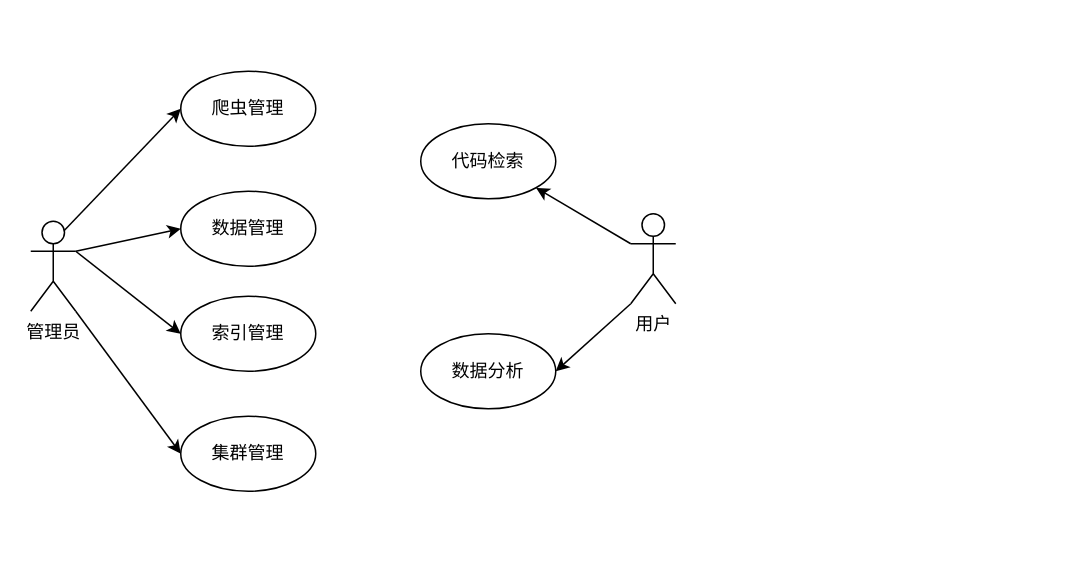
Above: setup/系统用例图.drawio in yifeichong/drawio (draw.io), before the change. Source tidied: cells renumbered, new cells numbered last; positions are measured from the earlier drawing's top-left corner, leaving out a move shared by most shapes. Both pictures are drawn from the tidied source at 150%, with x=0, y=0 at pixel (30, 70).
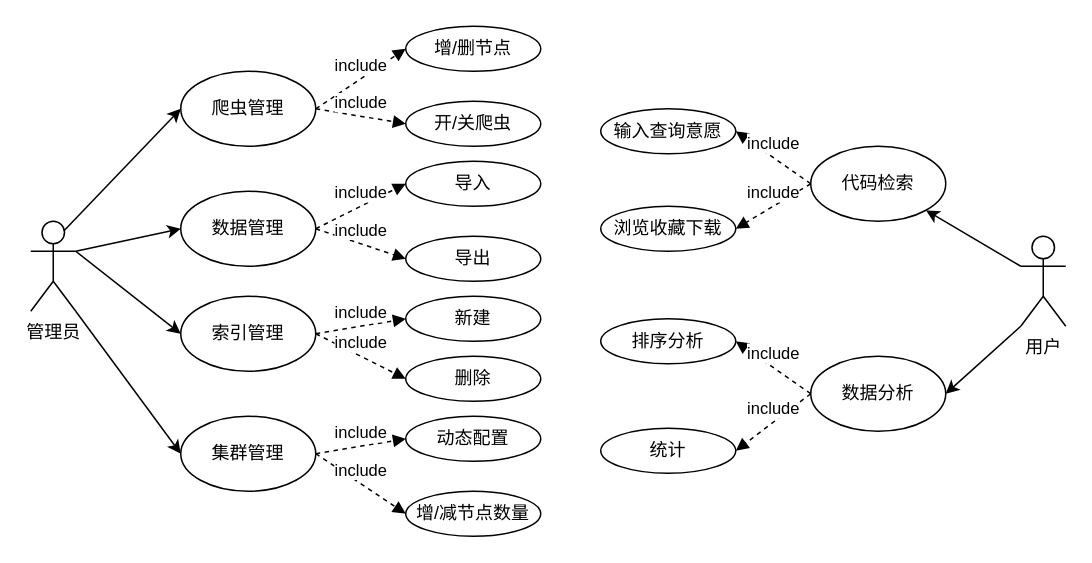
The same page after the edit.

Commit message:
更新系统用例图.drawio

Unchanged cells that the change refers to:
```xml
<mxCell id="7" value="爬虫管理" style="ellipse;whiteSpace=wrap;html=1;" parent="1" vertex="1">
  <mxGeometry x="100" width="90" height="50" as="geometry" />
</mxCell>
<mxCell id="8" value="数据管理" style="ellipse;whiteSpace=wrap;html=1;" parent="1" vertex="1">
  <mxGeometry x="100" y="80" width="90" height="50" as="geometry" />
</mxCell>
<mxCell id="9" value="集群管理" style="ellipse;whiteSpace=wrap;html=1;" parent="1" vertex="1">
  <mxGeometry x="100" y="230" width="90" height="50" as="geometry" />
</mxCell>
<mxCell id="10" value="索引管理" style="ellipse;whiteSpace=wrap;html=1;" parent="1" vertex="1">
  <mxGeometry x="100" y="150" width="90" height="50" as="geometry" />
</mxCell>
```

Change to the diagram source:
```diff
@@
     <mxCell id="13" value="用户" style="shape=umlActor;verticalLabelPosition=bottom;verticalAlign=top;html=1;" parent="1" vertex="1">
-      <mxGeometry x="400" y="95" width="30" height="60" as="geometry" />
+      <mxGeometry x="660" y="110" width="30" height="60" as="geometry" />
     </mxCell>
     <mxCell id="14" value="代码检索" style="ellipse;whiteSpace=wrap;html=1;" parent="1" vertex="1">
-      <mxGeometry x="260" y="35" width="90" height="50" as="geometry" />
+      <mxGeometry x="520" y="50" width="90" height="50" as="geometry" />
     </mxCell>
     <mxCell id="15" value="数据分析" style="ellipse;whiteSpace=wrap;html=1;" parent="1" vertex="1">
-      <mxGeometry x="260" y="175" width="90" height="50" as="geometry" />
+      <mxGeometry x="520" y="190" width="90" height="50" as="geometry" />
     </mxCell>
+    <mxCell id="16" value="增/删节点" style="ellipse;whiteSpace=wrap;html=1;" parent="1" vertex="1">
+      <mxGeometry x="250" y="-30" width="90" height="30" as="geometry" />
+    </mxCell>
+    <mxCell id="17" value="开/关爬虫" style="ellipse;whiteSpace=wrap;html=1;" parent="1" vertex="1">
+      <mxGeometry x="250" y="20" width="90" height="30" as="geometry" />
+    </mxCell>
+    <mxCell id="18" value="include" style="html=1;verticalAlign=bottom;endArrow=block;rounded=0;dashed=1;exitX=1;exitY=0.5;exitDx=0;exitDy=0;entryX=0;entryY=0.5;entryDx=0;entryDy=0;" parent="1" edge="1" source="7" target="16">
+      <mxGeometry relative="1" as="geometry" />
+    </mxCell>
+    <mxCell id="19" value="include" style="html=1;verticalAlign=bottom;endArrow=block;rounded=0;dashed=1;exitX=1;exitY=0.5;exitDx=0;exitDy=0;entryX=0;entryY=0.5;entryDx=0;entryDy=0;" parent="1" edge="1" source="7" target="17">
+      <mxGeometry relative="1" as="geometry" />
+    </mxCell>
+    <mxCell id="20" value="导入" style="ellipse;whiteSpace=wrap;html=1;" parent="1" vertex="1">
+      <mxGeometry x="250" y="60" width="90" height="30" as="geometry" />
+    </mxCell>
+    <mxCell id="21" value="导出" style="ellipse;whiteSpace=wrap;html=1;" parent="1" vertex="1">
+      <mxGeometry x="250" y="110" width="90" height="30" as="geometry" />
+    </mxCell>
+    <mxCell id="22" value="include" style="html=1;verticalAlign=bottom;endArrow=block;rounded=0;dashed=1;exitX=1;exitY=0.5;exitDx=0;exitDy=0;entryX=0;entryY=0.5;entryDx=0;entryDy=0;" parent="1" edge="1" source="8" target="20">
+      <mxGeometry relative="1" as="geometry" />
+    </mxCell>
+    <mxCell id="23" value="include" style="html=1;verticalAlign=bottom;endArrow=block;rounded=0;dashed=1;entryX=0;entryY=0.5;entryDx=0;entryDy=0;exitX=1;exitY=0.5;exitDx=0;exitDy=0;" parent="1" edge="1" source="8" target="21">
+      <mxGeometry relative="1" as="geometry" />
+    </mxCell>
+    <mxCell id="24" value="新建" style="ellipse;whiteSpace=wrap;html=1;" parent="1" vertex="1">
+      <mxGeometry x="250" y="150" width="90" height="30" as="geometry" />
+    </mxCell>
+    <mxCell id="25" value="删除" style="ellipse;whiteSpace=wrap;html=1;" parent="1" vertex="1">
+      <mxGeometry x="250" y="190" width="90" height="30" as="geometry" />
+    </mxCell>
+    <mxCell id="26" value="include" style="html=1;verticalAlign=bottom;endArrow=block;rounded=0;dashed=1;entryX=0;entryY=0.5;entryDx=0;entryDy=0;exitX=1;exitY=0.5;exitDx=0;exitDy=0;" parent="1" edge="1" source="10" target="24">
+      <mxGeometry relative="1" as="geometry" />
+    </mxCell>
+    <mxCell id="27" value="include" style="html=1;verticalAlign=bottom;endArrow=block;rounded=0;dashed=1;entryX=0;entryY=0.5;entryDx=0;entryDy=0;exitX=1;exitY=0.5;exitDx=0;exitDy=0;" parent="1" edge="1" source="10" target="25">
+      <mxGeometry relative="1" as="geometry" />
+    </mxCell>
+    <mxCell id="28" value="动态配置" style="ellipse;whiteSpace=wrap;html=1;" parent="1" vertex="1">
+      <mxGeometry x="250" y="230" width="90" height="30" as="geometry" />
+    </mxCell>
+    <mxCell id="29" value="增/减节点数量" style="ellipse;whiteSpace=wrap;html=1;" parent="1" vertex="1">
+      <mxGeometry x="250" y="280" width="90" height="30" as="geometry" />
+    </mxCell>
+    <mxCell id="30" value="include" style="html=1;verticalAlign=bottom;endArrow=block;rounded=0;dashed=1;entryX=0;entryY=0.5;entryDx=0;entryDy=0;exitX=1;exitY=0.5;exitDx=0;exitDy=0;" parent="1" edge="1" source="9" target="28">
+      <mxGeometry relative="1" as="geometry" />
+    </mxCell>
+    <mxCell id="31" value="include" style="html=1;verticalAlign=bottom;endArrow=block;rounded=0;dashed=1;entryX=0;entryY=0.5;entryDx=0;entryDy=0;exitX=1;exitY=0.5;exitDx=0;exitDy=0;" parent="1" edge="1" source="9" target="29">
+      <mxGeometry relative="1" as="geometry" />
+    </mxCell>
+    <mxCell id="32" value="输入查询意愿" style="ellipse;whiteSpace=wrap;html=1;" parent="1" vertex="1">
+      <mxGeometry x="380" y="25" width="90" height="30" as="geometry" />
+    </mxCell>
+    <mxCell id="33" value="浏览收藏下载" style="ellipse;whiteSpace=wrap;html=1;" parent="1" vertex="1">
+      <mxGeometry x="380" y="90" width="90" height="30" as="geometry" />
+    </mxCell>
+    <mxCell id="34" value="include" style="html=1;verticalAlign=bottom;endArrow=block;rounded=0;dashed=1;exitX=0;exitY=0.5;exitDx=0;exitDy=0;entryX=1;entryY=0.5;entryDx=0;entryDy=0;" parent="1" edge="1" source="14" target="32">
+      <mxGeometry relative="1" as="geometry" />
+    </mxCell>
+    <mxCell id="35" value="include" style="html=1;verticalAlign=bottom;endArrow=block;rounded=0;dashed=1;exitX=0;exitY=0.5;exitDx=0;exitDy=0;entryX=1;entryY=0.5;entryDx=0;entryDy=0;" parent="1" edge="1" source="14" target="33">
+      <mxGeometry relative="1" as="geometry" />
+    </mxCell>
+    <mxCell id="36" value="排序分析" style="ellipse;whiteSpace=wrap;html=1;" parent="1" vertex="1">
+      <mxGeometry x="380" y="165" width="90" height="30" as="geometry" />
+    </mxCell>
+    <mxCell id="37" value="统计" style="ellipse;whiteSpace=wrap;html=1;" parent="1" vertex="1">
+      <mxGeometry x="380" y="238" width="90" height="30" as="geometry" />
+    </mxCell>
+    <mxCell id="38" value="include" style="html=1;verticalAlign=bottom;endArrow=block;rounded=0;dashed=1;exitX=0;exitY=0.5;exitDx=0;exitDy=0;entryX=1;entryY=0.5;entryDx=0;entryDy=0;" parent="1" edge="1" source="15" target="36">
+      <mxGeometry relative="1" as="geometry" />
+    </mxCell>
+    <mxCell id="39" value="include" style="html=1;verticalAlign=bottom;endArrow=block;rounded=0;dashed=1;exitX=0;exitY=0.5;exitDx=0;exitDy=0;entryX=1;entryY=0.5;entryDx=0;entryDy=0;" parent="1" edge="1" source="15" target="37">
+      <mxGeometry relative="1" as="geometry" />
+    </mxCell>
```
